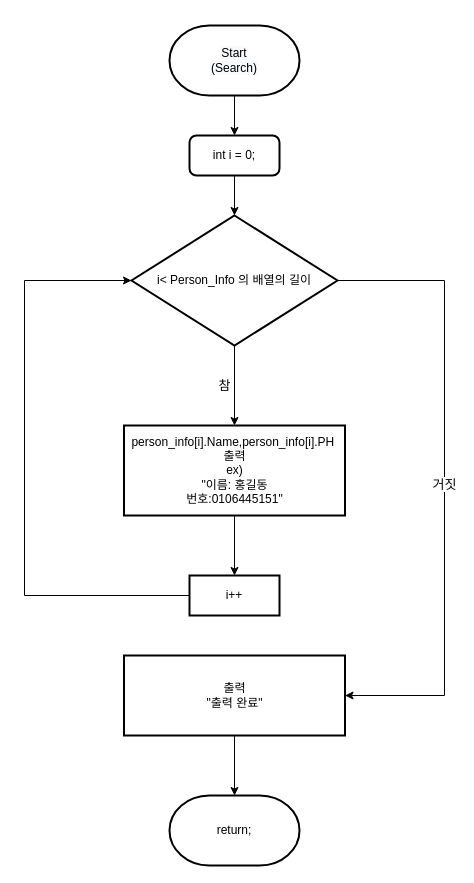
skatld123/PH_list_java keeps this draw.io diagram as 순서도/Arrange 순서도.drawio. Above is the earlier version. Source tidied: cells renumbered, new cells numbered last; positions are measured from the earlier drawing's top-left corner, leaving out a move shared by most shapes. Both pictures are drawn from the tidied source at 100%, with x=0, y=0 at pixel (24, 25).
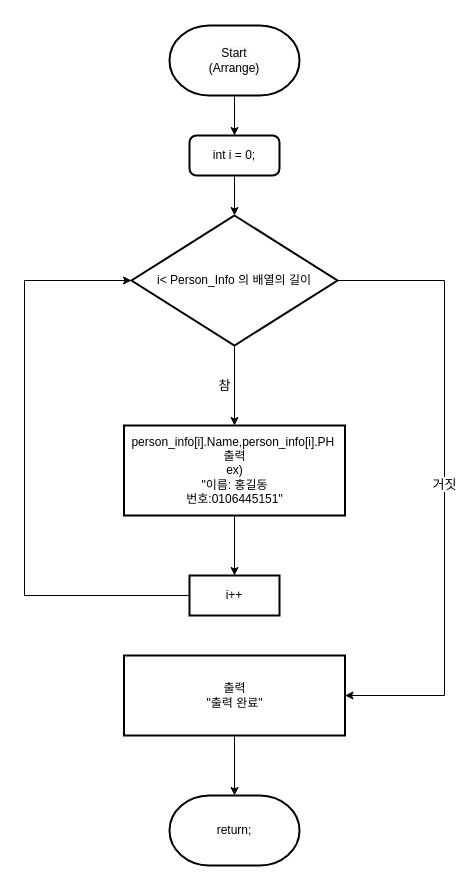
The same diagram, later.

Commit message:
Arrange 순서도.drawio 업데이트

Diff of the diagram source:
```diff
@@
 <mxGraphModel>
   <root>
     <mxCell id="0" />
     <mxCell id="1" parent="0" />
     <mxCell id="2" style="edgeStyle=orthogonalEdgeStyle;rounded=0;jettySize=auto;html=1;entryX=0.5;entryY=0;entryDx=0;entryDy=0;" parent="1" edge="1" source="3" target="15">
       <mxGeometry relative="1" as="geometry" />
     </mxCell>
     <mxCell id="3" value="person_info[i].Name,person_info[i].PH&amp;nbsp; 출력&lt;br&gt;ex) &lt;br&gt;&quot;이름: 홍길동&lt;br&gt;번호:0106445151&quot;" style="rounded=1;whiteSpace=wrap;html=1;absoluteArcSize=1;arcSize=0;strokeWidth=2;" parent="1" vertex="1">
       <mxGeometry x="99.5" y="400" width="221" height="90" as="geometry" />
     </mxCell>
     <mxCell id="4" style="edgeStyle=orthogonalEdgeStyle;rounded=0;jettySize=auto;html=1;exitX=0.5;exitY=1;exitDx=0;exitDy=0;exitPerimeter=0;entryX=0.5;entryY=0;entryDx=0;entryDy=0;fontSize=13;" parent="1" edge="1" source="5" target="13">
       <mxGeometry relative="1" as="geometry" />
     </mxCell>
-    <mxCell id="5" value="&#10;&#10;&lt;span style=&quot;color: rgb(0, 0, 0); font-family: helvetica; font-size: 12px; font-style: normal; font-weight: 400; letter-spacing: normal; text-align: center; text-indent: 0px; text-transform: none; word-spacing: 0px; background-color: rgb(248, 249, 250); display: inline; float: none;&quot;&gt;Start&lt;/span&gt;&lt;br style=&quot;color: rgb(0, 0, 0); font-family: helvetica; font-size: 12px; font-style: normal; font-weight: 400; letter-spacing: normal; text-align: center; text-indent: 0px; text-transform: none; word-spacing: 0px; background-color: rgb(248, 249, 250);&quot;&gt;&lt;span style=&quot;color: rgb(0, 0, 0); font-family: helvetica; font-size: 12px; font-style: normal; font-weight: 400; letter-spacing: normal; text-align: center; text-indent: 0px; text-transform: none; word-spacing: 0px; background-color: rgb(248, 249, 250); display: inline; float: none;&quot;&gt;(Search)&lt;/span&gt;&#10;&#10;" style="strokeWidth=2;html=1;shape=mxgraph.flowchart.terminator;whiteSpace=wrap;" parent="1" vertex="1">
+    <mxCell id="5" value="&lt;span style=&quot;color: rgb(0 , 0 , 0) ; font-family: &amp;#34;helvetica&amp;#34; ; font-size: 12px ; font-style: normal ; font-weight: 400 ; letter-spacing: normal ; text-align: center ; text-indent: 0px ; text-transform: none ; word-spacing: 0px ; background-color: rgb(248 , 249 , 250) ; display: inline ; float: none&quot;&gt;Start&lt;/span&gt;&lt;br style=&quot;color: rgb(0 , 0 , 0) ; font-family: &amp;#34;helvetica&amp;#34; ; font-size: 12px ; font-style: normal ; font-weight: 400 ; letter-spacing: normal ; text-align: center ; text-indent: 0px ; text-transform: none ; word-spacing: 0px ; background-color: rgb(248 , 249 , 250)&quot;&gt;&lt;span style=&quot;color: rgb(0 , 0 , 0) ; font-family: &amp;#34;helvetica&amp;#34; ; font-size: 12px ; font-style: normal ; font-weight: 400 ; letter-spacing: normal ; text-align: center ; text-indent: 0px ; text-transform: none ; word-spacing: 0px ; background-color: rgb(248 , 249 , 250) ; display: inline ; float: none&quot;&gt;(Arrange)&lt;/span&gt;" style="strokeWidth=2;html=1;shape=mxgraph.flowchart.terminator;whiteSpace=wrap;" parent="1" vertex="1">
       <mxGeometry x="145" width="130" height="70" as="geometry" />
     </mxCell>
     <mxCell id="6" value="return;" style="strokeWidth=2;html=1;shape=mxgraph.flowchart.terminator;whiteSpace=wrap;" parent="1" vertex="1">
       <mxGeometry x="145" y="770" width="130" height="70" as="geometry" />
     </mxCell>
     <mxCell id="7" style="edgeStyle=orthogonalEdgeStyle;rounded=0;jettySize=auto;html=1;exitX=0.5;exitY=1;exitDx=0;exitDy=0;entryX=0.5;entryY=0;entryDx=0;entryDy=0;entryPerimeter=0;fontSize=13;" parent="1" edge="1" source="8" target="6">
       <mxGeometry relative="1" as="geometry" />
     </mxCell>
     <mxCell id="8" value="출력&lt;br&gt;&quot;출력 완료&quot;" style="rounded=1;whiteSpace=wrap;html=1;absoluteArcSize=1;arcSize=0;strokeWidth=2;" parent="1" vertex="1">
       <mxGeometry x="99.5" y="630" width="221" height="80" as="geometry" />
     </mxCell>
     <mxCell id="9" value="참" style="edgeStyle=orthogonalEdgeStyle;rounded=0;jettySize=auto;html=1;exitX=0.5;exitY=1;exitDx=0;exitDy=0;exitPerimeter=0;entryX=0.5;entryY=0;entryDx=0;entryDy=0;fontSize=13;" parent="1" edge="1" source="11" target="3">
       <mxGeometry y="-10" relative="1" as="geometry" />
     </mxCell>
     <mxCell id="10" value="거짓" style="edgeStyle=orthogonalEdgeStyle;rounded=0;jettySize=auto;html=1;exitX=1;exitY=0.5;exitDx=0;exitDy=0;exitPerimeter=0;fontSize=13;entryX=1;entryY=0.5;entryDx=0;entryDy=0;" parent="1" edge="1" source="11" target="8">
       <mxGeometry relative="1" as="geometry">
         <Array as="points">
           <mxPoint x="420" y="255" />
           <mxPoint x="420" y="670" />
         </Array>
       </mxGeometry>
     </mxCell>
     <mxCell id="11" value="i&amp;lt; Person_Info 의 배열의 길이" style="strokeWidth=2;html=1;shape=mxgraph.flowchart.decision;whiteSpace=wrap;" parent="1" vertex="1">
       <mxGeometry x="107" y="190" width="206" height="130" as="geometry" />
     </mxCell>
     <mxCell id="12" style="edgeStyle=orthogonalEdgeStyle;rounded=0;jettySize=auto;html=1;exitX=0.5;exitY=1;exitDx=0;exitDy=0;entryX=0.5;entryY=0;entryDx=0;entryDy=0;entryPerimeter=0;fontSize=13;" parent="1" edge="1" source="13" target="11">
       <mxGeometry relative="1" as="geometry" />
     </mxCell>
     <mxCell id="13" value="int i = 0;" style="rounded=1;whiteSpace=wrap;html=1;absoluteArcSize=1;arcSize=14;strokeWidth=2;" parent="1" vertex="1">
       <mxGeometry x="165" y="110" width="90" height="40" as="geometry" />
     </mxCell>
     <mxCell id="14" style="edgeStyle=orthogonalEdgeStyle;rounded=0;jettySize=auto;html=1;exitX=0;exitY=0.5;exitDx=0;exitDy=0;entryX=0;entryY=0.5;entryDx=0;entryDy=0;entryPerimeter=0;" parent="1" edge="1" source="15" target="11">
       <mxGeometry relative="1" as="geometry">
         <Array as="points">
           <mxPoint y="570" />
           <mxPoint y="255" />
         </Array>
       </mxGeometry>
     </mxCell>
     <mxCell id="15" value="i++" style="rounded=1;whiteSpace=wrap;html=1;absoluteArcSize=1;arcSize=0;strokeWidth=2;" parent="1" vertex="1">
       <mxGeometry x="165" y="550" width="90" height="40" as="geometry" />
     </mxCell>
   </root>
 </mxGraphModel>
```
